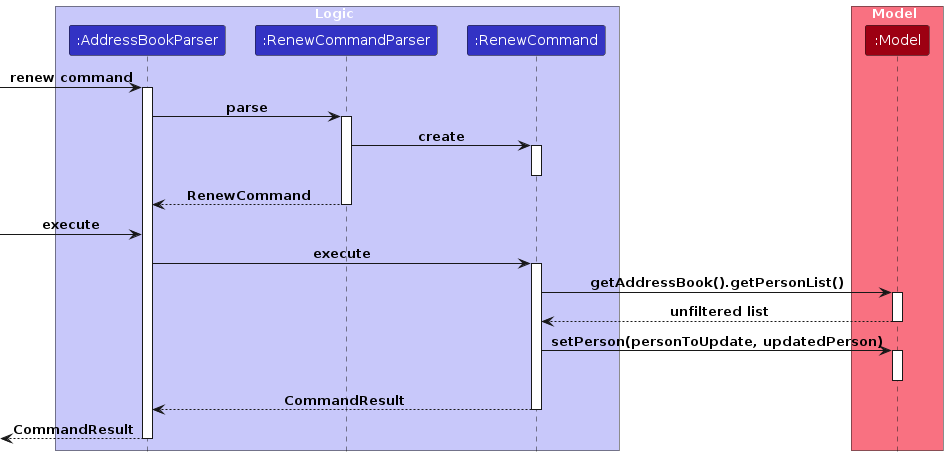
The PlantUML diagram diagrams/RenewSequenceDiagram.png in AY2425S2-CS2103-F08-2/tp, before a commit. Its source is kept beside it as diagrams/RenewSequenceDiagram.puml.
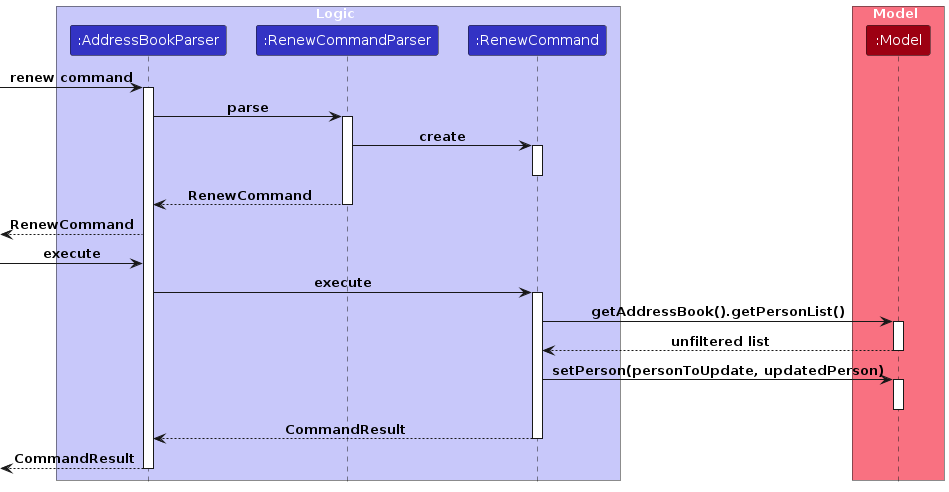
The same file after the commit.

What changed in the source:
```diff
@@ -24,6 +24,8 @@
 RenewCommandParser --> AddressBookParser : RenewCommand
 deactivate RenewCommandParser
 
+[<-- AddressBookParser : RenewCommand
+
 [-> AddressBookParser : execute
 AddressBookParser -> RenewCommand : execute
 activate RenewCommand
```
